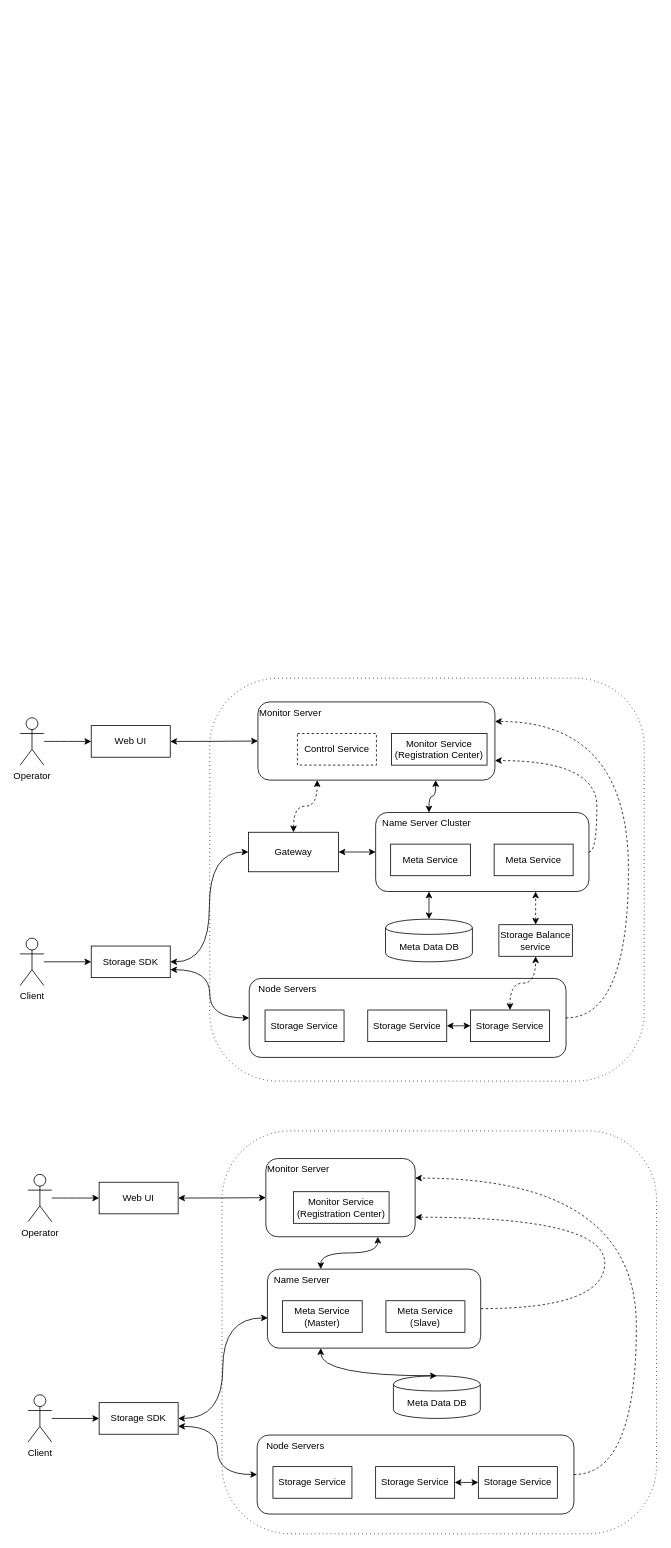
Earlier version of the draw.io diagram page "General logic" (1 of 4) of Untitled Diagram.drawio (darce2014/SpringCloudConfig). Source tidied: cells renumbered, new cells numbered last; positions are measured from the earlier drawing's top-left corner, leaving out a move shared by most shapes. Both pictures are drawn from the tidied source at 79%, with x=0, y=0 at pixel (20, 678).
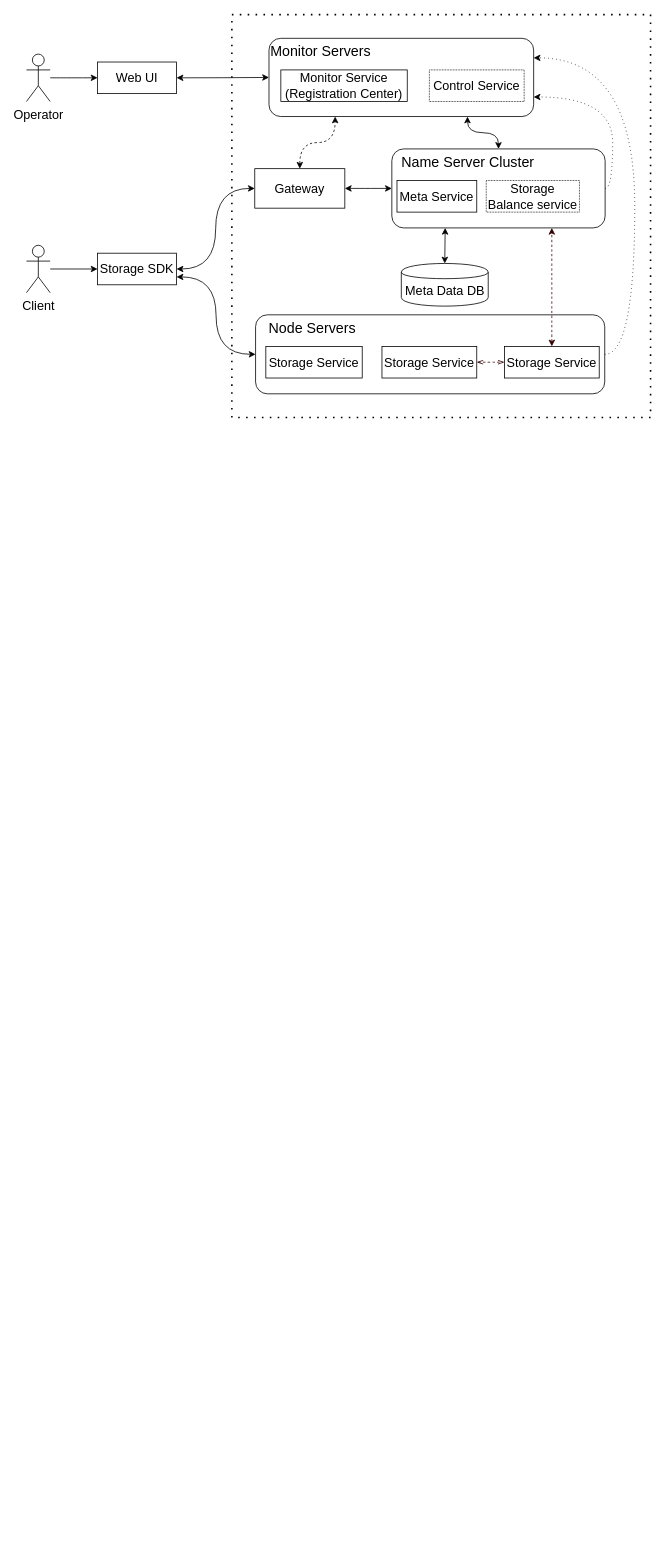
Above is the later version.

What changed in the source:
```diff
@@
-    <mxCell id="2" style="rounded=1;whiteSpace=wrap;html=1;fillColor=none;dashed=1;glass=0;shadow=0;dashPattern=1 4;arcSize=17;" parent="1" vertex="1">
-      <mxGeometry x="240" width="550" height="510" as="geometry" />
+    <mxCell id="2" style="rounded=0;whiteSpace=wrap;html=1;fillColor=none;dashed=1;glass=0;shadow=0;arcSize=17;dashPattern=1 4;strokeWidth=2;" parent="1" vertex="1">
+      <mxGeometry x="268" y="-840" width="530" height="510" as="geometry" />
     </mxCell>
-    <mxCell id="3" value="&amp;nbsp; Name Server Cluster" style="rounded=1;whiteSpace=wrap;html=1;fillColor=none;align=left;verticalAlign=top;" parent="1" vertex="1">
-      <mxGeometry x="450" y="170" width="270" height="100" as="geometry" />
+    <mxCell id="3" value="&amp;nbsp; Name Server Cluster" style="rounded=1;whiteSpace=wrap;html=1;fillColor=none;align=left;verticalAlign=top;fontSize=18;" parent="1" vertex="1">
+      <mxGeometry x="470.5" y="-670" width="270" height="100" as="geometry" />
     </mxCell>
-    <mxCell id="4" style="edgeStyle=orthogonalEdgeStyle;curved=1;rounded=0;jettySize=auto;html=1;entryX=0.75;entryY=1;entryDx=0;entryDy=0;exitX=0.25;exitY=0;exitDx=0;exitDy=0;startArrow=classic;startFill=1;" parent="1" edge="1" source="3" target="5">
+    <mxCell id="4" style="edgeStyle=orthogonalEdgeStyle;curved=1;rounded=0;jettySize=auto;html=1;entryX=0.75;entryY=1;entryDx=0;entryDy=0;exitX=0.5;exitY=0;exitDx=0;exitDy=0;startArrow=classic;startFill=1;" parent="1" edge="1" source="3" target="5">
       <mxGeometry relative="1" as="geometry" />
     </mxCell>
-    <mxCell id="5" value="Monitor Server" style="rounded=1;whiteSpace=wrap;html=1;fillColor=none;align=left;horizontal=1;verticalAlign=top;" parent="1" vertex="1">
-      <mxGeometry x="301" y="30" width="300" height="99" as="geometry" />
+    <mxCell id="5" value="Monitor Servers" style="rounded=1;whiteSpace=wrap;html=1;fillColor=none;align=left;horizontal=1;verticalAlign=top;fontSize=18;" parent="1" vertex="1">
+      <mxGeometry x="315" y="-810" width="335" height="99" as="geometry" />
     </mxCell>
-    <mxCell id="6" value="&amp;nbsp; &amp;nbsp;Node Servers" style="rounded=1;whiteSpace=wrap;html=1;fillColor=none;verticalAlign=top;align=left;" parent="1" vertex="1">
-      <mxGeometry x="290" y="380" width="401" height="100" as="geometry" />
+    <mxCell id="6" value="&amp;nbsp; &amp;nbsp;Node Servers" style="rounded=1;whiteSpace=wrap;html=1;fillColor=none;verticalAlign=top;align=left;fontSize=18;" parent="1" vertex="1">
+      <mxGeometry x="298" y="-460" width="442" height="100" as="geometry" />
     </mxCell>
-    <mxCell id="7" style="edgeStyle=orthogonalEdgeStyle;curved=1;rounded=0;jumpStyle=arc;jettySize=auto;html=1;dashed=1;entryX=1;entryY=0.75;entryDx=0;entryDy=0;exitX=1;exitY=0.5;exitDx=0;exitDy=0;" parent="1" edge="1" source="3" target="5">
+    <mxCell id="7" style="edgeStyle=orthogonalEdgeStyle;curved=1;rounded=0;jumpStyle=arc;jettySize=auto;html=1;dashed=1;entryX=1;entryY=0.75;entryDx=0;entryDy=0;exitX=1;exitY=0.5;exitDx=0;exitDy=0;dashPattern=1 4;" parent="1" edge="1" source="3" target="5">
       <mxGeometry relative="1" as="geometry">
         <Array as="points">
-          <mxPoint x="730" y="220" />
-          <mxPoint x="730" y="104" />
+          <mxPoint x="750" y="-620" />
+          <mxPoint x="750" y="-736" />
         </Array>
       </mxGeometry>
     </mxCell>
@@
-    <mxCell id="9" value="Storage SDK" style="rounded=0;whiteSpace=wrap;html=1;fillColor=none;" parent="1" vertex="1">
-      <mxGeometry x="90" y="339" width="100" height="40" as="geometry" />
+    <mxCell id="9" value="Storage SDK" style="rounded=0;whiteSpace=wrap;html=1;fillColor=none;fontSize=16;" parent="1" vertex="1">
+      <mxGeometry x="98" y="-538" width="100" height="40" as="geometry" />
     </mxCell>
@@
-    <mxCell id="11" value="Client" style="shape=umlActor;verticalLabelPosition=bottom;labelBackgroundColor=#ffffff;verticalAlign=top;html=1;outlineConnect=0;fillColor=none;" parent="1" vertex="1">
-      <mxGeometry y="329" width="30" height="60" as="geometry" />
+    <mxCell id="11" value="Client" style="shape=umlActor;verticalLabelPosition=bottom;labelBackgroundColor=none;verticalAlign=top;html=1;outlineConnect=0;fillColor=none;fontSize=16;" parent="1" vertex="1">
+      <mxGeometry x="8" y="-548" width="30" height="60" as="geometry" />
     </mxCell>
-    <mxCell id="12" value="Meta Data DB" style="shape=cylinder;whiteSpace=wrap;html=1;boundedLbl=1;backgroundOutline=1;fillColor=none;" parent="1" vertex="1">
-      <mxGeometry x="462.5" y="305" width="110" height="54" as="geometry" />
+    <mxCell id="12" value="Meta Data DB" style="shape=cylinder;whiteSpace=wrap;html=1;boundedLbl=1;backgroundOutline=1;fillColor=none;fontSize=16;" parent="1" vertex="1">
+      <mxGeometry x="482.5" y="-525" width="110" height="54" as="geometry" />
     </mxCell>
-    <mxCell id="13" style="edgeStyle=orthogonalEdgeStyle;rounded=0;jettySize=auto;html=1;jumpStyle=arc;dashed=1;curved=1;exitX=1;exitY=0.5;exitDx=0;exitDy=0;entryX=1;entryY=0.25;entryDx=0;entryDy=0;" parent="1" edge="1" source="6" target="5">
+    <mxCell id="13" style="edgeStyle=orthogonalEdgeStyle;rounded=0;jettySize=auto;html=1;jumpStyle=arc;dashed=1;curved=1;exitX=1;exitY=0.5;exitDx=0;exitDy=0;entryX=1;entryY=0.25;entryDx=0;entryDy=0;dashPattern=1 4;" parent="1" edge="1" source="6" target="5">
       <mxGeometry relative="1" as="geometry">
         <Array as="points">
-          <mxPoint x="770" y="430" />
-          <mxPoint x="770" y="55" />
+          <mxPoint x="778" y="-410" />
+          <mxPoint x="778" y="-785" />
         </Array>
       </mxGeometry>
     </mxCell>
-    <mxCell id="14" value="Storage Service" style="rounded=0;whiteSpace=wrap;html=1;fillColor=none;" parent="1" vertex="1">
-      <mxGeometry x="310" y="420" width="100" height="40" as="geometry" />
+    <mxCell id="14" value="Storage Service" style="rounded=0;whiteSpace=wrap;html=1;fillColor=none;fontSize=16;" parent="1" vertex="1">
+      <mxGeometry x="311" y="-420" width="122" height="40" as="geometry" />
     </mxCell>
-    <mxCell id="15" value="Storage Service" style="rounded=0;whiteSpace=wrap;html=1;fillColor=none;" parent="1" vertex="1">
-      <mxGeometry x="570" y="420" width="100" height="40" as="geometry" />
+    <mxCell id="15" value="Storage Service" style="rounded=0;whiteSpace=wrap;html=1;fillColor=none;fontSize=16;" parent="1" vertex="1">
+      <mxGeometry x="613" y="-420" width="120" height="40" as="geometry" />
     </mxCell>
-    <mxCell id="16" value="Storage Service" style="rounded=0;whiteSpace=wrap;html=1;fillColor=none;" parent="1" vertex="1">
-      <mxGeometry x="440" y="420" width="100" height="40" as="geometry" />
+    <mxCell id="16" value="Storage Service" style="rounded=0;whiteSpace=wrap;html=1;fillColor=none;fontSize=16;" parent="1" vertex="1">
+      <mxGeometry x="458" y="-420" width="120" height="40" as="geometry" />
     </mxCell>
@@
-    <mxCell id="18" value="Monitor Service&lt;br&gt;(Registration Center)" style="rounded=0;whiteSpace=wrap;html=1;fillColor=none;" parent="1" vertex="1">
-      <mxGeometry x="470" y="70" width="121" height="40" as="geometry" />
+    <mxCell id="18" value="Monitor Service&lt;br style=&quot;font-size: 16px;&quot;&gt;(Registration Center)" style="rounded=0;whiteSpace=wrap;html=1;fillColor=none;fontSize=16;" parent="1" vertex="1">
+      <mxGeometry x="330" y="-770" width="160" height="40" as="geometry" />
     </mxCell>
@@
-    <mxCell id="20" value="Operator" style="shape=umlActor;verticalLabelPosition=bottom;labelBackgroundColor=#ffffff;verticalAlign=top;html=1;outlineConnect=0;fillColor=none;" parent="1" vertex="1">
-      <mxGeometry y="50" width="30" height="60" as="geometry" />
+    <mxCell id="20" value="Operator" style="shape=umlActor;verticalLabelPosition=bottom;labelBackgroundColor=none;verticalAlign=top;html=1;outlineConnect=0;fillColor=none;fontSize=16;" parent="1" vertex="1">
+      <mxGeometry x="8" y="-790" width="30" height="60" as="geometry" />
     </mxCell>
@@
-    <mxCell id="22" value="Web UI" style="rounded=0;whiteSpace=wrap;html=1;fillColor=none;" parent="1" vertex="1">
-      <mxGeometry x="90" y="60" width="100" height="40" as="geometry" />
+    <mxCell id="22" value="Web UI" style="rounded=0;whiteSpace=wrap;html=1;fillColor=none;fontSize=16;" parent="1" vertex="1">
+      <mxGeometry x="98" y="-780" width="100" height="40" as="geometry" />
     </mxCell>
@@
-    <mxCell id="24" value="Gateway" style="rounded=0;whiteSpace=wrap;html=1;align=center;fillColor=none;" parent="1" vertex="1">
-      <mxGeometry x="289" y="195" width="114" height="50" as="geometry" />
+    <mxCell id="24" value="Gateway" style="rounded=0;whiteSpace=wrap;html=1;align=center;fillColor=none;fontSize=16;" parent="1" vertex="1">
+      <mxGeometry x="297" y="-645" width="114" height="50" as="geometry" />
     </mxCell>
-    <mxCell id="25" style="edgeStyle=orthogonalEdgeStyle;curved=1;rounded=0;jettySize=auto;html=1;exitX=0.25;exitY=1;exitDx=0;exitDy=0;entryX=0.5;entryY=0;entryDx=0;entryDy=0;startArrow=classic;startFill=1;" parent="1" edge="1" source="3" target="12">
-      <mxGeometry relative="1" as="geometry">
-        <Array as="points">
-          <mxPoint x="518" y="305" />
-          <mxPoint x="518" y="305" />
-        </Array>
-      </mxGeometry>
+    <mxCell id="25" style="rounded=0;jettySize=auto;html=1;exitX=0.25;exitY=1;exitDx=0;exitDy=0;entryX=0.5;entryY=0;entryDx=0;entryDy=0;startArrow=classic;startFill=1;" parent="1" edge="1" source="3" target="12">
+      <mxGeometry relative="1" as="geometry" />
     </mxCell>
-    <mxCell id="26" value="Meta Service" style="rounded=0;whiteSpace=wrap;html=1;shadow=0;glass=0;align=center;fillColor=none;" parent="1" vertex="1">
-      <mxGeometry x="469" y="210" width="101" height="40" as="geometry" />
+    <mxCell id="26" value="Meta Service" style="rounded=0;whiteSpace=wrap;html=1;shadow=0;glass=0;align=center;fillColor=none;fontSize=16;" parent="1" vertex="1">
+      <mxGeometry x="477" y="-630" width="101" height="40" as="geometry" />
     </mxCell>
-    <mxCell id="27" value="Meta Service" style="rounded=0;whiteSpace=wrap;html=1;shadow=0;glass=0;align=center;fillColor=none;" parent="1" vertex="1">
-      <mxGeometry x="600" y="210" width="100" height="40" as="geometry" />
+    <mxCell id="27" value="Storage Balance service" style="rounded=0;whiteSpace=wrap;html=1;shadow=0;glass=0;align=center;fillColor=none;dashed=1;fontSize=16;dashPattern=1 1;" parent="1" vertex="1">
+      <mxGeometry x="590" y="-630" width="118" height="40" as="geometry" />
     </mxCell>
-    <mxCell id="28" value="Control Service" style="rounded=0;whiteSpace=wrap;html=1;shadow=0;glass=0;fillColor=none;align=center;dashed=1;" parent="1" vertex="1">
-      <mxGeometry x="351" y="70" width="100" height="40" as="geometry" />
+    <mxCell id="28" value="Control Service" style="rounded=0;whiteSpace=wrap;html=1;shadow=0;glass=0;fillColor=none;align=center;dashed=1;fontSize=16;dashPattern=1 1;" parent="1" vertex="1">
+      <mxGeometry x="518" y="-770" width="120" height="40" as="geometry" />
     </mxCell>
-    <mxCell id="29" style="rounded=0;jettySize=auto;html=1;entryX=0.25;entryY=1;entryDx=0;entryDy=0;exitX=0.5;exitY=0;exitDx=0;exitDy=0;backgroundOutline=0;comic=0;dashed=1;startArrow=classic;startFill=1;edgeStyle=orthogonalEdgeStyle;curved=1;" parent="1" edge="1" source="24" target="5">
+    <mxCell id="29" style="rounded=0;jettySize=auto;html=1;entryX=0.25;entryY=1;entryDx=0;entryDy=0;exitX=0.5;exitY=0;exitDx=0;exitDy=0;backgroundOutline=0;comic=0;startArrow=classic;startFill=1;edgeStyle=orthogonalEdgeStyle;curved=1;dashed=1;" parent="1" edge="1" source="24" target="5">
       <mxGeometry relative="1" as="geometry" />
     </mxCell>
-    <mxCell id="30" style="edgeStyle=orthogonalEdgeStyle;curved=1;rounded=0;comic=0;jettySize=auto;html=1;dashed=1;startArrow=classic;startFill=1;entryX=0.75;entryY=1;entryDx=0;entryDy=0;" parent="1" edge="1" source="31" target="3">
-      <mxGeometry relative="1" as="geometry" />
-    </mxCell>
-    <mxCell id="31" value="Storage Balance service" style="rounded=0;whiteSpace=wrap;html=1;shadow=0;glass=0;fillColor=none;align=center;" parent="1" vertex="1">
-      <mxGeometry x="606" y="312" width="93" height="40" as="geometry" />
-    </mxCell>
-    <mxCell id="32" style="edgeStyle=orthogonalEdgeStyle;curved=1;rounded=0;comic=0;jettySize=auto;html=1;dashed=1;startArrow=classic;startFill=1;entryX=0.5;entryY=1;entryDx=0;entryDy=0;exitX=0.5;exitY=0;exitDx=0;exitDy=0;" parent="1" edge="1" source="15" target="31">
+    <mxCell id="32" style="edgeStyle=orthogonalEdgeStyle;curved=1;rounded=0;comic=0;jettySize=auto;html=1;startArrow=classic;startFill=1;entryX=0.75;entryY=1;entryDx=0;entryDy=0;exitX=0.5;exitY=0;exitDx=0;exitDy=0;fillColor=#cce5ff;strokeColor=#330000;dashed=1;" parent="1" edge="1" source="15" target="3">
       <mxGeometry relative="1" as="geometry" />
     </mxCell>
-    <mxCell id="33" style="edgeStyle=orthogonalEdgeStyle;curved=1;rounded=0;comic=0;jettySize=auto;html=1;startArrow=classic;startFill=1;entryX=0;entryY=0.5;entryDx=0;entryDy=0;exitX=1;exitY=0.5;exitDx=0;exitDy=0;" parent="1" edge="1" source="16" target="15">
+    <mxCell id="33" style="edgeStyle=orthogonalEdgeStyle;curved=1;rounded=0;comic=0;jettySize=auto;html=1;startArrow=openThin;startFill=0;entryX=0;entryY=0.5;entryDx=0;entryDy=0;exitX=1;exitY=0.5;exitDx=0;exitDy=0;strokeColor=#330000;dashed=1;strokeWidth=1;endArrow=openThin;endFill=0;" parent="1" edge="1" source="16" target="15">
       <mxGeometry relative="1" as="geometry" />
     </mxCell>
-    <mxCell id="34" style="rounded=1;whiteSpace=wrap;html=1;fillColor=none;dashed=1;glass=0;shadow=0;dashPattern=1 4;arcSize=17;" parent="1" vertex="1">
-      <mxGeometry x="255.5" y="573" width="550" height="510" as="geometry" />
-    </mxCell>
-    <mxCell id="35" value="&amp;nbsp; Name Server" style="rounded=1;whiteSpace=wrap;html=1;fillColor=none;align=left;verticalAlign=top;" parent="1" vertex="1">
-      <mxGeometry x="313" y="748" width="270" height="100" as="geometry" />
-    </mxCell>
-    <mxCell id="36" style="edgeStyle=orthogonalEdgeStyle;curved=1;rounded=0;jettySize=auto;html=1;entryX=0.75;entryY=1;entryDx=0;entryDy=0;exitX=0.25;exitY=0;exitDx=0;exitDy=0;startArrow=classic;startFill=1;" parent="1" edge="1" source="35" target="37">
-      <mxGeometry relative="1" as="geometry" />
-    </mxCell>
-    <mxCell id="37" value="Monitor Server" style="rounded=1;whiteSpace=wrap;html=1;fillColor=none;align=left;horizontal=1;verticalAlign=top;" parent="1" vertex="1">
-      <mxGeometry x="311" y="608" width="189" height="99" as="geometry" />
-    </mxCell>
-    <mxCell id="38" value="&amp;nbsp; &amp;nbsp;Node Servers" style="rounded=1;whiteSpace=wrap;html=1;fillColor=none;verticalAlign=top;align=left;" parent="1" vertex="1">
-      <mxGeometry x="300" y="958" width="401" height="100" as="geometry" />
-    </mxCell>
-    <mxCell id="39" style="edgeStyle=orthogonalEdgeStyle;curved=1;rounded=0;jumpStyle=arc;jettySize=auto;html=1;dashed=1;entryX=1;entryY=0.75;entryDx=0;entryDy=0;exitX=1;exitY=0.5;exitDx=0;exitDy=0;" parent="1" edge="1" source="35" target="37">
-      <mxGeometry relative="1" as="geometry">
-        <Array as="points">
-          <mxPoint x="740" y="798" />
-          <mxPoint x="740" y="682" />
-        </Array>
-      </mxGeometry>
-    </mxCell>
-    <mxCell id="40" style="rounded=0;jettySize=auto;html=1;exitX=1;exitY=0.5;exitDx=0;exitDy=0;entryX=0.002;entryY=0.617;entryDx=0;entryDy=0;edgeStyle=orthogonalEdgeStyle;curved=1;startArrow=classic;startFill=1;entryPerimeter=0;" parent="1" edge="1" source="41" target="35">
-      <mxGeometry relative="1" as="geometry" />
-    </mxCell>
-    <mxCell id="41" value="Storage SDK" style="rounded=0;whiteSpace=wrap;html=1;fillColor=none;" parent="1" vertex="1">
-      <mxGeometry x="100" y="917" width="100" height="40" as="geometry" />
-    </mxCell>
-    <mxCell id="42" style="edgeStyle=orthogonalEdgeStyle;rounded=0;jettySize=auto;html=1;" parent="1" edge="1" source="43" target="41">
-      <mxGeometry relative="1" as="geometry" />
-    </mxCell>
-    <mxCell id="43" value="Client" style="shape=umlActor;verticalLabelPosition=bottom;labelBackgroundColor=#ffffff;verticalAlign=top;html=1;outlineConnect=0;fillColor=none;" parent="1" vertex="1">
-      <mxGeometry x="10" y="907" width="30" height="60" as="geometry" />
-    </mxCell>
-    <mxCell id="44" value="Meta Data DB" style="shape=cylinder;whiteSpace=wrap;html=1;boundedLbl=1;backgroundOutline=1;fillColor=none;" parent="1" vertex="1">
-      <mxGeometry x="472.5" y="883" width="110" height="54" as="geometry" />
-    </mxCell>
-    <mxCell id="45" style="edgeStyle=orthogonalEdgeStyle;rounded=0;jettySize=auto;html=1;jumpStyle=arc;dashed=1;curved=1;exitX=1;exitY=0.5;exitDx=0;exitDy=0;entryX=1;entryY=0.25;entryDx=0;entryDy=0;" parent="1" edge="1" source="38" target="37">
-      <mxGeometry relative="1" as="geometry">
-        <Array as="points">
-          <mxPoint x="780" y="1008" />
-          <mxPoint x="780" y="633" />
-        </Array>
-      </mxGeometry>
-    </mxCell>
-    <mxCell id="46" value="Storage Service" style="rounded=0;whiteSpace=wrap;html=1;fillColor=none;" parent="1" vertex="1">
-      <mxGeometry x="320" y="998" width="100" height="40" as="geometry" />
-    </mxCell>
-    <mxCell id="47" value="Storage Service" style="rounded=0;whiteSpace=wrap;html=1;fillColor=none;" parent="1" vertex="1">
-      <mxGeometry x="580" y="998" width="100" height="40" as="geometry" />
-    </mxCell>
-    <mxCell id="48" value="Storage Service" style="rounded=0;whiteSpace=wrap;html=1;fillColor=none;" parent="1" vertex="1">
-      <mxGeometry x="450" y="998" width="100" height="40" as="geometry" />
-    </mxCell>
-    <mxCell id="49" style="edgeStyle=orthogonalEdgeStyle;rounded=0;jettySize=auto;html=1;entryX=0;entryY=0.5;entryDx=0;entryDy=0;exitX=1;exitY=0.75;exitDx=0;exitDy=0;curved=1;startArrow=classic;startFill=1;" parent="1" edge="1" source="41" target="38">
-      <mxGeometry relative="1" as="geometry" />
-    </mxCell>
-    <mxCell id="50" value="Monitor Service&lt;br&gt;(Registration Center)" style="rounded=0;whiteSpace=wrap;html=1;fillColor=none;" parent="1" vertex="1">
-      <mxGeometry x="346" y="650" width="121" height="40" as="geometry" />
-    </mxCell>
-    <mxCell id="51" style="edgeStyle=orthogonalEdgeStyle;curved=1;rounded=0;jettySize=auto;html=1;" parent="1" edge="1" source="52" target="54">
-      <mxGeometry relative="1" as="geometry" />
-    </mxCell>
-    <mxCell id="52" value="Operator" style="shape=umlActor;verticalLabelPosition=bottom;labelBackgroundColor=#ffffff;verticalAlign=top;html=1;outlineConnect=0;fillColor=none;" parent="1" vertex="1">
-      <mxGeometry x="10" y="628" width="30" height="60" as="geometry" />
-    </mxCell>
-    <mxCell id="53" style="edgeStyle=orthogonalEdgeStyle;curved=1;rounded=0;jettySize=auto;html=1;entryX=0;entryY=0.5;entryDx=0;entryDy=0;startArrow=classic;startFill=1;" parent="1" edge="1" source="54" target="37">
-      <mxGeometry relative="1" as="geometry" />
-    </mxCell>
-    <mxCell id="54" value="Web UI" style="rounded=0;whiteSpace=wrap;html=1;fillColor=none;" parent="1" vertex="1">
-      <mxGeometry x="100" y="638" width="100" height="40" as="geometry" />
-    </mxCell>
-    <mxCell id="55" style="edgeStyle=orthogonalEdgeStyle;curved=1;rounded=0;jettySize=auto;html=1;exitX=0.25;exitY=1;exitDx=0;exitDy=0;entryX=0.5;entryY=0;entryDx=0;entryDy=0;startArrow=classic;startFill=1;" parent="1" edge="1" source="35" target="44">
-      <mxGeometry relative="1" as="geometry">
-        <Array as="points">
-          <mxPoint x="528" y="883" />
-          <mxPoint x="528" y="883" />
-        </Array>
-      </mxGeometry>
-    </mxCell>
-    <mxCell id="56" value="Meta Service (Master)" style="rounded=0;whiteSpace=wrap;html=1;shadow=0;glass=0;align=center;fillColor=none;" parent="1" vertex="1">
-      <mxGeometry x="332" y="788" width="101" height="40" as="geometry" />
-    </mxCell>
-    <mxCell id="57" value="Meta Service (Slave)" style="rounded=0;whiteSpace=wrap;html=1;shadow=0;glass=0;align=center;fillColor=none;" parent="1" vertex="1">
-      <mxGeometry x="463" y="788" width="100" height="40" as="geometry" />
-    </mxCell>
-    <mxCell id="58" style="edgeStyle=orthogonalEdgeStyle;curved=1;rounded=0;comic=0;jettySize=auto;html=1;startArrow=classic;startFill=1;entryX=0;entryY=0.5;entryDx=0;entryDy=0;exitX=1;exitY=0.5;exitDx=0;exitDy=0;" parent="1" edge="1" source="48" target="47">
-      <mxGeometry relative="1" as="geometry" />
-    </mxCell>
```
